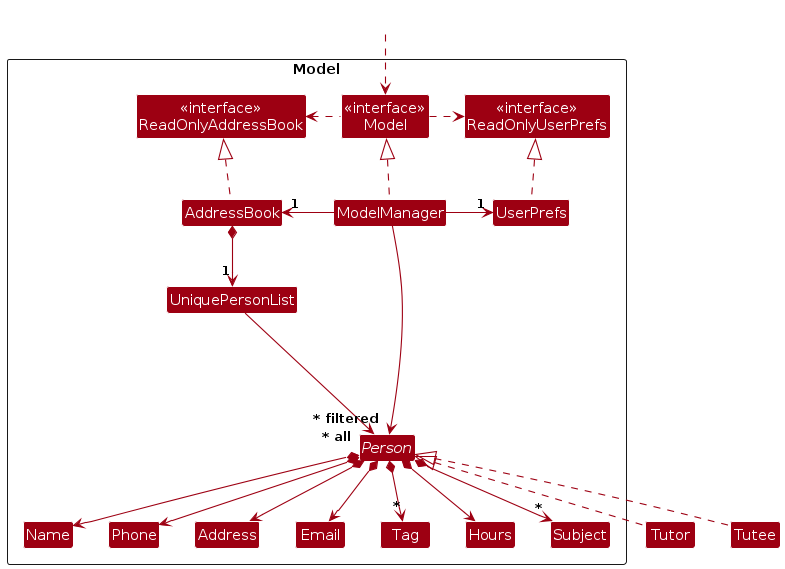
AY2425S1-CS2103T-F08-1a/tp keeps this PlantUML diagram as diagrams/ModelClassDiagram.png. Above is the earlier version. Its source is kept beside it as diagrams/ModelClassDiagram.puml.
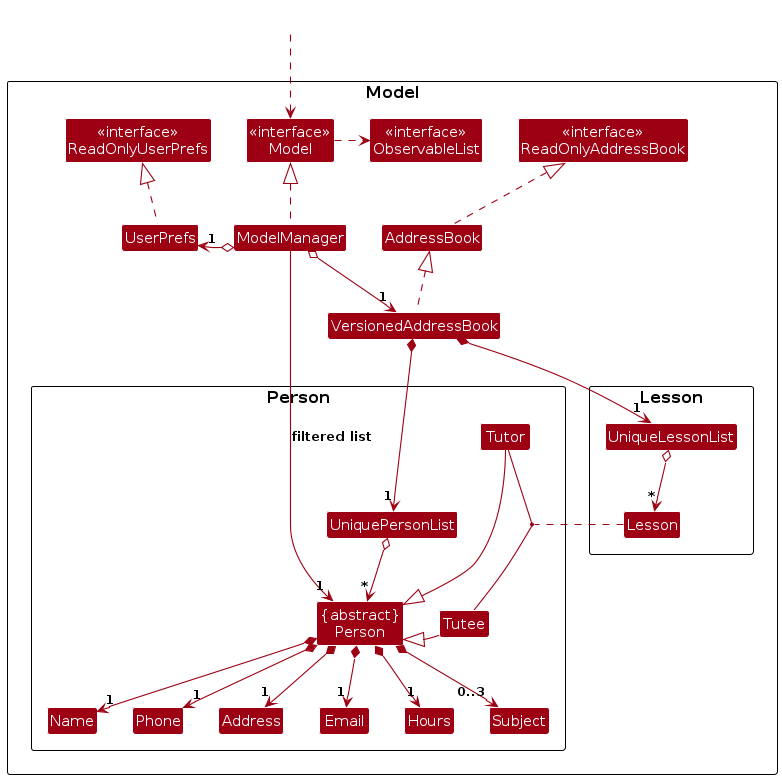
The same diagram one commit later.

Diff of the diagram source:
```diff
@@ -4,59 +4,71 @@
 skinparam arrowColor MODEL_COLOR
 skinparam classBackgroundColor MODEL_COLOR
 
-Package Model as ModelPackage <<Rectangle>>{
+package Model as ModelPackage {
 Class "<<interface>>\nReadOnlyAddressBook" as ReadOnlyAddressBook
+Class "<<interface>>\nModel" as Model
+Class "<<interface>>\nObservableList" as ObservableList
 Class "<<interface>>\nReadOnlyUserPrefs" as ReadOnlyUserPrefs
-Class "<<interface>>\nModel" as Model
 Class AddressBook
+Class ReadOnlyAddressBook
+Class Model
 Class ModelManager
 Class UserPrefs
+Class VersionedAddressBook
 
-Class UniquePersonList
-abstract Class Person
+package Person as PersonPackage {
+Class "{abstract}\nPerson" as Person
+Class Tutor
+Class Tutee
 Class Address
 Class Email
 Class Name
 Class Phone
-Class Tag
 Class Hours
 Class Subject
+Class UniquePersonList
+}
 
-
-Class I #FFFFFF
+package Lesson as LessonPackage {
+Class Lesson
+Class UniqueLessonList
+}
 }
 
 Class HiddenOutside #FFFFFF
 HiddenOutside ..> Model
 
 AddressBook .up.|> ReadOnlyAddressBook
+VersionedAddressBook .up.|> AddressBook
 
 ModelManager .up.|> Model
-Model .right.> ReadOnlyUserPrefs
-Model .left.> ReadOnlyAddressBook
-ModelManager -left-> "1" AddressBook
-ModelManager -right-> "1" UserPrefs
+Model .right.> ObservableList
+ModelManager o--> "1" VersionedAddressBook
+ModelManager o-left-> "1" UserPrefs
 UserPrefs .up.|> ReadOnlyUserPrefs
 
-AddressBook *--> "1" UniquePersonList
-UniquePersonList --> "~* all" Person
-Person *--> Name
-Person *--> Phone
-Person *--> Hours
-Person *--> Email
-Person *--> Address
-Person *--> "*" Tag
-Person *--> "*" Subject
+UserPrefs -[hidden]right-> AddressBook
+ModelManager -[hidden]right-> UserPrefs
 
-Person -[hidden]up--> I
-UniquePersonList -[hidden]right-> I
+VersionedAddressBook *--> "1" UniquePersonList
+VersionedAddressBook *--> "1" UniqueLessonList
+UniquePersonList o--> "*" Person
+UniqueLessonList o--> "*" Lesson
+Tutor --|> Person
+Tutee --|> Person
+Person *--> "1" Name
+Person *--> "1" Phone
+Person *--> "1" Email
+Person *--> "1" Address
+Person *--> "1" Hours
+Person *--> "0..3" Subject
 
+Lesson .right. (Tutor, Tutee)
+
+Tutee -[hidden]left-> Person
 Name -[hidden]right-> Phone
 Phone -[hidden]right-> Address
 Address -[hidden]right-> Email
 
-ModelManager --> "~* filtered" Person
-
-Tutor .up.|> Person
-Tutee .up.|> Person
+ModelManager -->"1" Person : filtered list
 @enduml
```
